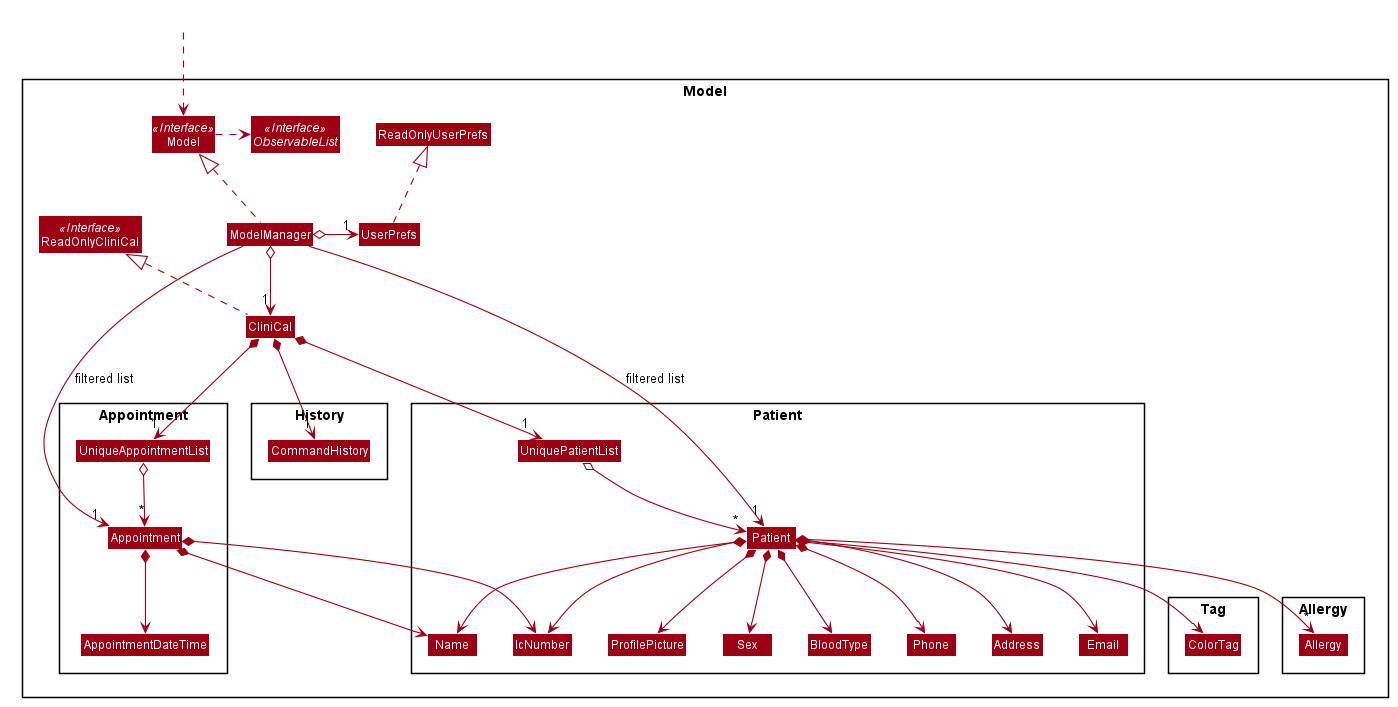
nus-cs2103-AY2021S1/tp keeps this PlantUML diagram as docs/images/ModelClassDiagram.png. Above is the earlier version.
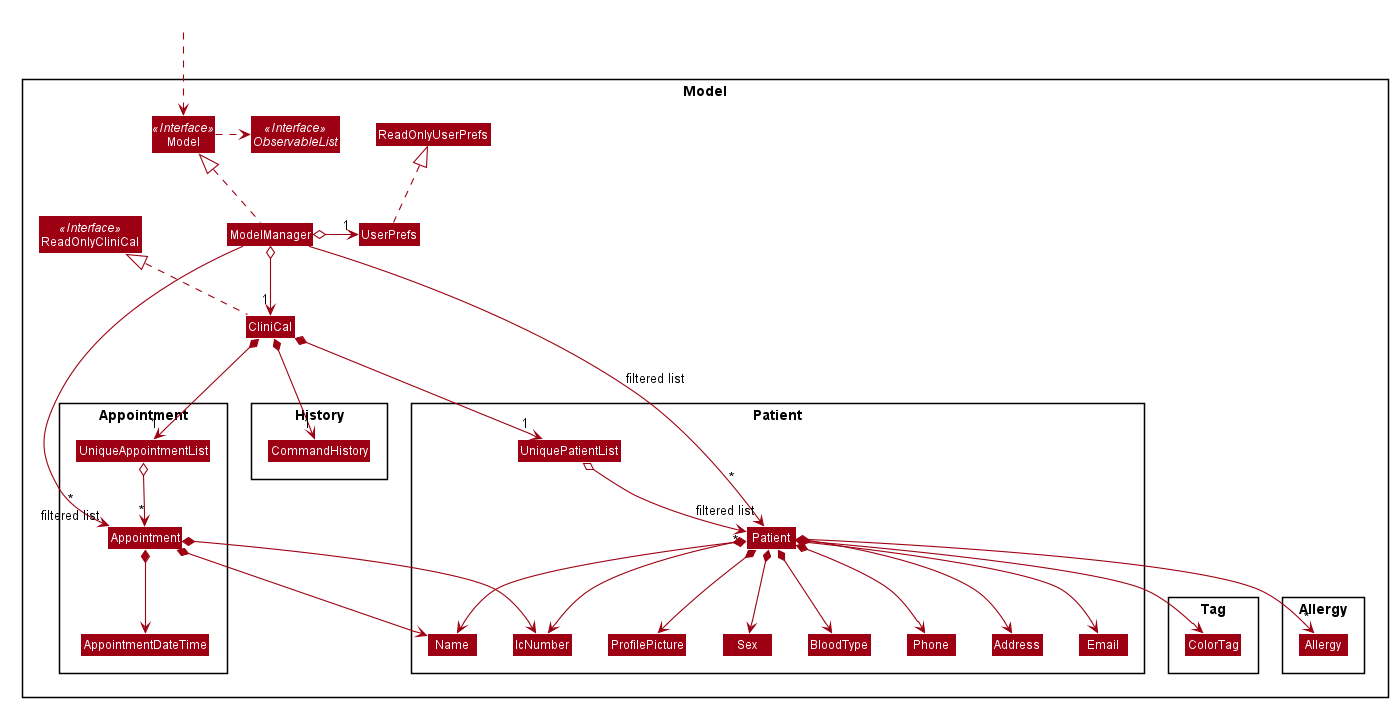
After the commit.

The edit, as a diff of the source:
```diff
@@ -134,6 +134,6 @@
 Appointment *--> Name
 Appointment *--> IcNumber
 
-ModelManager -->"1" Patient : filtered list
-ModelManager -->"1" Appointment : filtered list
+ModelManager -->"   *\n\nfiltered list" Patient : filtered list
+ModelManager -->"*\nfiltered list" Appointment
 @enduml
```
